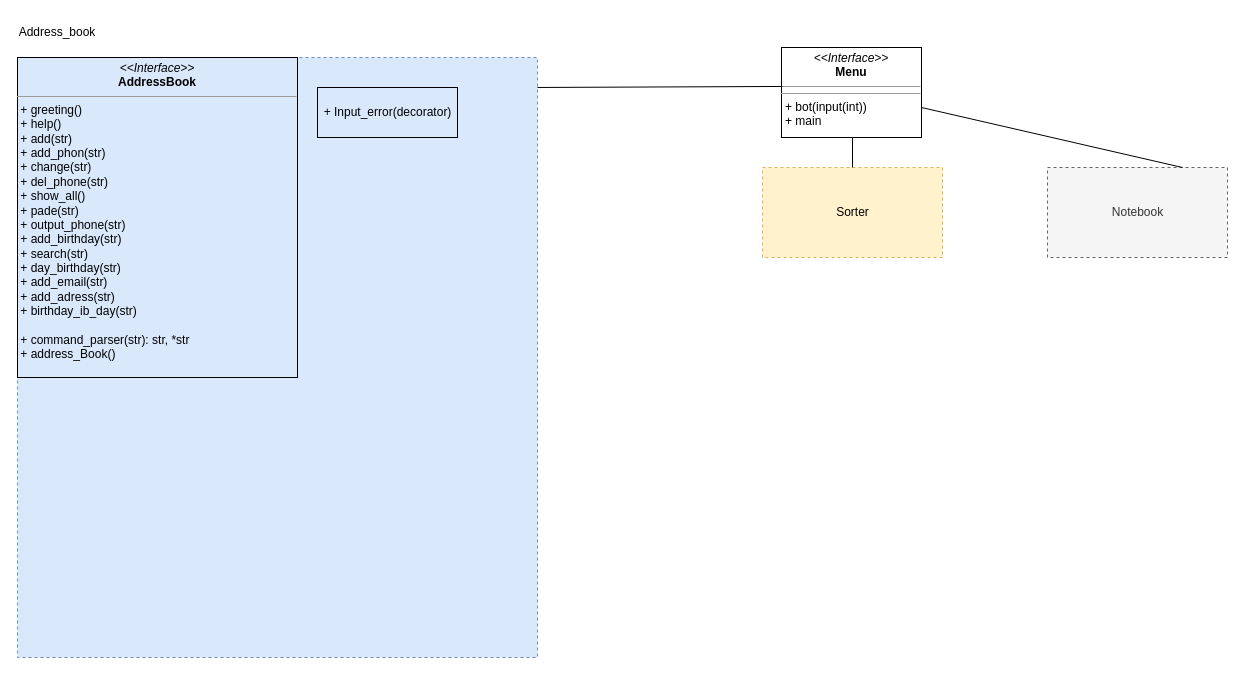
This is Диаграмма без названия.drawio from shevtania/Project, a draw.io file, before an edit. Source tidied: cells renumbered, new cells numbered last; positions are measured from the earlier drawing's top-left corner, leaving out a move shared by most shapes. Both pictures are drawn from the tidied source at 100%, with x=0, y=0 at pixel (17, 17).
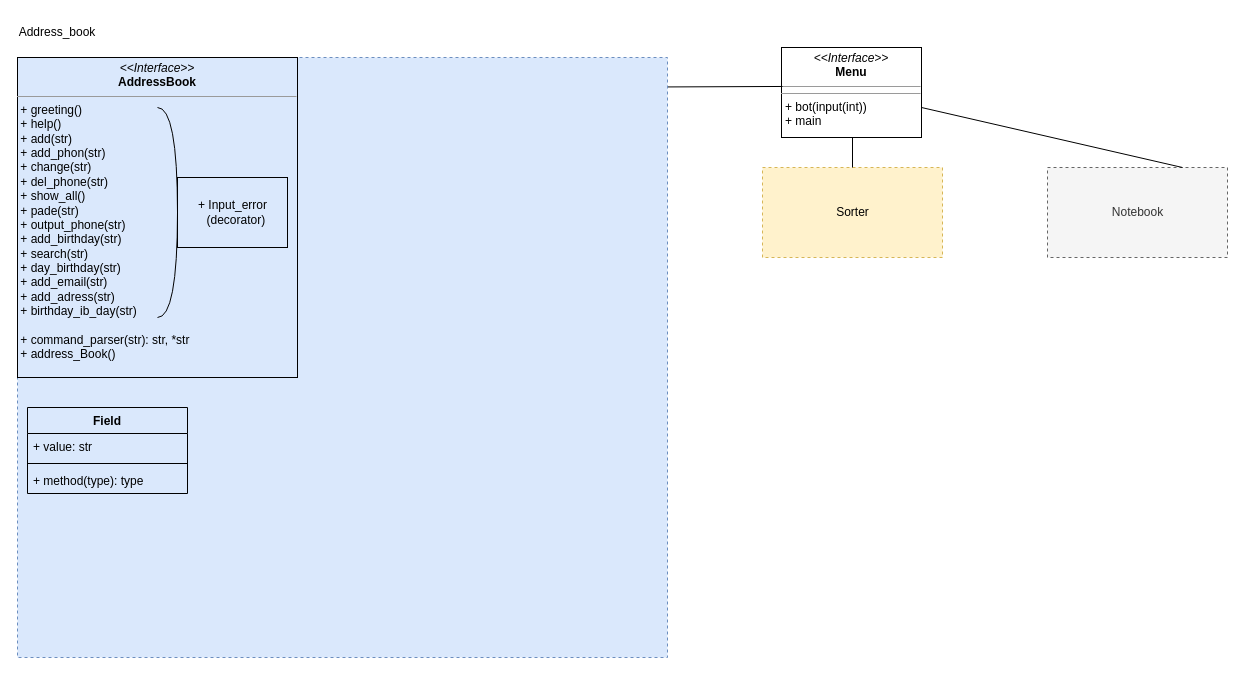
After the change.

What changed in the source:
```diff
@@
 <mxGraphModel>
   <root>
     <mxCell id="0" />
     <mxCell id="1" parent="0" />
     <mxCell id="2" value="&lt;p style=&quot;margin:0px;margin-top:4px;text-align:center;&quot;&gt;&lt;i&gt;&amp;lt;&amp;lt;Interface&amp;gt;&amp;gt;&lt;/i&gt;&lt;br&gt;&lt;b&gt;Menu&lt;/b&gt;&lt;br&gt;&lt;/p&gt;&lt;hr size=&quot;1&quot;&gt;&lt;hr size=&quot;1&quot;&gt;&lt;p style=&quot;margin:0px;margin-left:4px;&quot;&gt;+ bot(input(int))&lt;br&gt;+ main&lt;br&gt;&lt;/p&gt;" style="verticalAlign=top;align=left;overflow=fill;fontSize=12;fontFamily=Helvetica;html=1;" parent="1" vertex="1">
       <mxGeometry x="764" y="30" width="140" height="90" as="geometry" />
     </mxCell>
     <mxCell id="3" value="Sorter" style="html=1;dashed=1;fillColor=#fff2cc;strokeColor=#d6b656;" parent="1" vertex="1">
       <mxGeometry x="745" y="150" width="180" height="90" as="geometry" />
     </mxCell>
     <mxCell id="4" value="Notebook" style="html=1;dashed=1;fillColor=#f5f5f5;fontColor=#333333;strokeColor=#666666;" parent="1" vertex="1">
       <mxGeometry x="1030" y="150" width="180" height="90" as="geometry" />
     </mxCell>
     <mxCell id="5" style="endArrow=none;html=1;rounded=0;exitX=0.5;exitY=0;exitDx=0;exitDy=0;" parent="1" edge="1" source="3">
       <mxGeometry relative="1" as="geometry">
         <mxPoint x="835" y="120" as="targetPoint" />
       </mxGeometry>
     </mxCell>
     <mxCell id="6" style="endArrow=none;html=1;rounded=0;entryX=0.007;entryY=0.433;entryDx=0;entryDy=0;entryPerimeter=0;" parent="1" edge="1" target="2">
       <mxGeometry relative="1" as="geometry">
         <mxPoint x="510" y="70" as="sourcePoint" />
       </mxGeometry>
     </mxCell>
     <mxCell id="7" style="endArrow=none;html=1;rounded=0;entryX=0.75;entryY=0;entryDx=0;entryDy=0;" parent="1" edge="1" target="4">
       <mxGeometry relative="1" as="geometry">
         <mxPoint x="904" y="90" as="sourcePoint" />
       </mxGeometry>
     </mxCell>
     <mxCell id="8" style="rounded=0;whiteSpace=wrap;html=1;dashed=1;fillColor=#dae8fc;strokeColor=#6c8ebf;" parent="1" vertex="1">
-      <mxGeometry y="40" width="520" height="600" as="geometry" />
+      <mxGeometry y="40" width="650" height="600" as="geometry" />
     </mxCell>
     <mxCell id="9" value="Address_book" style="text;html=1;strokeColor=none;fillColor=none;align=center;verticalAlign=middle;whiteSpace=wrap;rounded=0;" parent="1" vertex="1">
       <mxGeometry x="10" width="60" height="30" as="geometry" />
     </mxCell>
     <mxCell id="10" value="&lt;p style=&quot;margin:0px;margin-top:4px;text-align:center;&quot;&gt;&lt;i&gt;&amp;lt;&amp;lt;Interface&amp;gt;&amp;gt;&lt;/i&gt;&lt;br&gt;&lt;b&gt;AddressBook&lt;/b&gt;&lt;br&gt;&lt;/p&gt;&lt;hr size=&quot;1&quot;&gt;&lt;div&gt;&amp;nbsp;+ greeting()&lt;/div&gt;&lt;div&gt;&amp;nbsp;+ help()&lt;/div&gt;&lt;div&gt;&amp;nbsp;+ add(str)&lt;/div&gt;&lt;div&gt;&amp;nbsp;+ add_phon(str)&lt;/div&gt;&lt;div&gt;&amp;nbsp;+ change(str)&lt;/div&gt;&lt;div&gt;&amp;nbsp;+ del_phone(str)&lt;/div&gt;&lt;div&gt;&amp;nbsp;+ show_all()&lt;/div&gt;&lt;div&gt;&amp;nbsp;+ pade(str)&lt;/div&gt;&lt;div&gt;&amp;nbsp;+ output_phone(str)&lt;/div&gt;&lt;div&gt;&amp;nbsp;+ add_birthday(str)&lt;/div&gt;&lt;div&gt;&amp;nbsp;+ search(str)&lt;/div&gt;&lt;div&gt;&amp;nbsp;+ day_birthday(str)&lt;/div&gt;&lt;div&gt;&amp;nbsp;+ add_email(str)&lt;/div&gt;&lt;div&gt;&amp;nbsp;+ add_adress(str)&lt;/div&gt;&lt;div&gt;&amp;nbsp;+ birthday_ib_day(str)&lt;/div&gt;&lt;div&gt;&lt;br&gt;&lt;/div&gt;&lt;div&gt;&amp;nbsp;+ command_parser(str): str, *str&lt;/div&gt;&lt;div&gt;&amp;nbsp;+ address_Book()&lt;br&gt;&lt;/div&gt;&lt;div&gt;&lt;br&gt;&lt;/div&gt;&lt;div&gt;&lt;br&gt;&lt;/div&gt;" style="verticalAlign=top;align=left;overflow=fill;fontSize=12;fontFamily=Helvetica;html=1;fillColor=none;" parent="1" vertex="1">
       <mxGeometry y="40" width="280" height="320" as="geometry" />
     </mxCell>
-    <mxCell id="11" value="+ Input_error(decorator)" style="html=1;fillColor=none;" parent="1" vertex="1">
-      <mxGeometry x="300" y="70" width="140" height="50" as="geometry" />
+    <mxCell id="11" value="&lt;div&gt;+ Input_error&lt;/div&gt;&lt;div&gt;&amp;nbsp; (decorator)&lt;/div&gt;" style="html=1;fillColor=none;" parent="1" vertex="1">
+      <mxGeometry x="160" y="160" width="110" height="70" as="geometry" />
     </mxCell>
+    <mxCell id="12" style="shape=requiredInterface;html=1;verticalLabelPosition=bottom;sketch=0;fillColor=none;" parent="1" vertex="1">
+      <mxGeometry x="140" y="90" width="20" height="210" as="geometry" />
+    </mxCell>
+    <mxCell id="13" value="Field" style="swimlane;fontStyle=1;align=center;verticalAlign=top;horizontal=1;startSize=26;fillColor=none;" parent="1" vertex="1">
+      <mxGeometry x="10" y="390" width="160" height="86" as="geometry" />
+    </mxCell>
+    <mxCell id="14" value="+ value: str" style="text;strokeColor=none;fillColor=none;align=left;verticalAlign=top;spacingLeft=4;spacingRight=4;overflow=hidden;" parent="13" vertex="1">
+      <mxGeometry y="26" width="160" height="26" as="geometry" />
+    </mxCell>
+    <mxCell id="15" style="line;strokeWidth=1;fillColor=none;align=left;verticalAlign=middle;spacingTop=-1;spacingLeft=3;spacingRight=3;labelPosition=right;strokeColor=inherit;" parent="13" vertex="1">
+      <mxGeometry y="52" width="160" height="8" as="geometry" />
+    </mxCell>
+    <mxCell id="16" value="+ method(type): type" style="text;strokeColor=none;fillColor=none;align=left;verticalAlign=top;spacingLeft=4;spacingRight=4;overflow=hidden;" parent="13" vertex="1">
+      <mxGeometry y="60" width="160" height="26" as="geometry" />
+    </mxCell>
   </root>
 </mxGraphModel>
```
